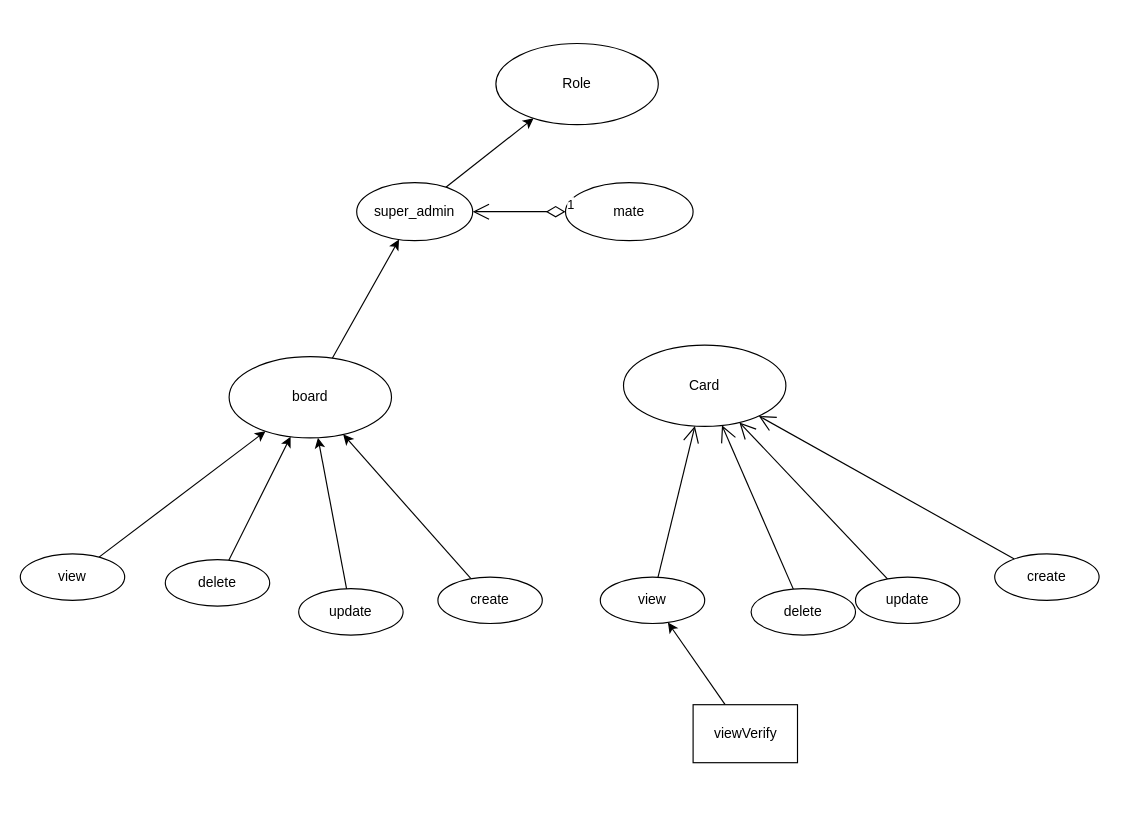
The draw.io diagram board.drawio in gearblade/bpmn-engine, before the edit. Source tidied: cells renumbered, new cells numbered last; positions are measured from the earlier drawing's top-left corner, leaving out a move shared by most shapes. Both pictures are drawn from the tidied source at 116%, with x=0, y=0 at pixel (20, 43).
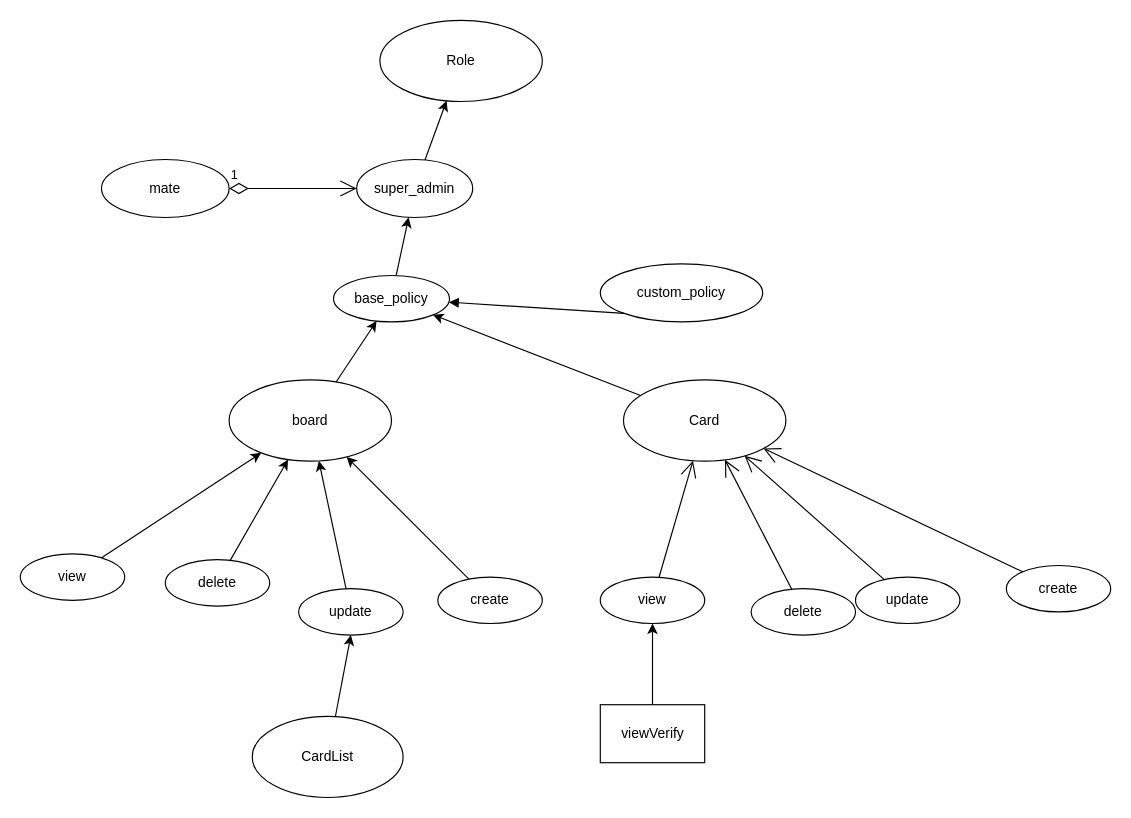
The same page after the edit.

Unchanged cells that the change refers to:
```xml
<mxCell id="18" value="update" style="ellipse;whiteSpace=wrap;html=1;" parent="1" vertex="1">
  <mxGeometry x="240" y="470" width="90" height="40" as="geometry" />
</mxCell>
```

Change to the diagram source:
```diff
@@
+    <mxCell id="28" style="edgeStyle=none;rounded=0;jettySize=auto;html=1;" parent="1" edge="1" source="2" target="30">
+      <mxGeometry relative="1" as="geometry" />
+    </mxCell>
     <mxCell id="2" value="Card" style="ellipse;whiteSpace=wrap;html=1;" parent="1" vertex="1">
-      <mxGeometry x="520" y="260" width="140" height="70" as="geometry" />
+      <mxGeometry x="520" y="290" width="140" height="70" as="geometry" />
     </mxCell>
-    <mxCell id="3" style="edgeStyle=none;rounded=0;jettySize=auto;html=1;" parent="1" edge="1" source="4" target="25">
+    <mxCell id="3" style="edgeStyle=none;rounded=0;jettySize=auto;html=1;" parent="1" edge="1" source="4" target="30">
       <mxGeometry relative="1" as="geometry" />
     </mxCell>
     <mxCell id="4" value="board" style="ellipse;whiteSpace=wrap;html=1;" parent="1" vertex="1">
-      <mxGeometry x="180" y="270" width="140" height="70" as="geometry" />
+      <mxGeometry x="180" y="290" width="140" height="70" as="geometry" />
     </mxCell>
     <mxCell id="5" value="create" style="ellipse;whiteSpace=wrap;html=1;" parent="1" vertex="1">
-      <mxGeometry x="840" y="440" width="90" height="40" as="geometry" />
+      <mxGeometry x="850" y="450" width="90" height="40" as="geometry" />
     </mxCell>
@@
     <mxCell id="14" value="viewVerify" style="html=1;" parent="1" vertex="1">
-      <mxGeometry x="580" y="570" width="90" height="50" as="geometry" />
+      <mxGeometry x="500" y="570" width="90" height="50" as="geometry" />
     </mxCell>
@@
     <mxCell id="23" value="Role" style="ellipse;whiteSpace=wrap;html=1;" parent="1" vertex="1">
-      <mxGeometry x="410" width="140" height="70" as="geometry" />
+      <mxGeometry x="310" y="-20" width="140" height="70" as="geometry" />
     </mxCell>
@@
     <mxCell id="25" value="super_admin" style="ellipse;whiteSpace=wrap;html=1;" parent="1" vertex="1">
-      <mxGeometry x="290" y="120" width="100" height="50" as="geometry" />
+      <mxGeometry x="290" y="100" width="100" height="50" as="geometry" />
     </mxCell>
     <mxCell id="26" value="mate" style="ellipse;whiteSpace=wrap;html=1;" parent="1" vertex="1">
-      <mxGeometry x="470" y="120" width="110" height="50" as="geometry" />
+      <mxGeometry x="70" y="100" width="110" height="50" as="geometry" />
     </mxCell>
-    <mxCell id="27" value="1" style="endArrow=open;html=1;endSize=12;startArrow=diamondThin;startSize=14;startFill=0;edgeStyle=orthogonalEdgeStyle;align=left;verticalAlign=bottom;" parent="1" edge="1" source="26" target="25">
+    <mxCell id="27" value="1" style="endArrow=open;html=1;endSize=12;startArrow=diamondThin;startSize=14;startFill=0;align=left;verticalAlign=bottom;" parent="1" edge="1" source="26" target="25">
       <mxGeometry x="-1" y="3" relative="1" as="geometry" />
     </mxCell>
+    <mxCell id="29" style="edgeStyle=none;rounded=0;jettySize=auto;html=1;" parent="1" edge="1" source="30" target="25">
+      <mxGeometry relative="1" as="geometry" />
+    </mxCell>
+    <mxCell id="30" value="base_policy" style="ellipse;whiteSpace=wrap;html=1;" parent="1" vertex="1">
+      <mxGeometry x="270" y="200" width="100" height="40" as="geometry" />
+    </mxCell>
+    <mxCell id="31" style="edgeStyle=none;rounded=0;orthogonalLoop=1;jettySize=auto;html=1;exitX=0.5;exitY=1;exitDx=0;exitDy=0;" parent="1" edge="1" source="26" target="26">
+      <mxGeometry relative="1" as="geometry" />
+    </mxCell>
+    <mxCell id="32" value="custom_policy" style="ellipse;whiteSpace=wrap;html=1;" parent="1" vertex="1">
+      <mxGeometry x="500" y="190" width="140" height="50" as="geometry" />
+    </mxCell>
+    <mxCell id="33" style="endArrow=block;endFill=1;html=1;align=left;verticalAlign=top;exitX=0;exitY=1;exitDx=0;exitDy=0;" parent="1" edge="1" source="32" target="30">
+      <mxGeometry x="-1" relative="1" as="geometry" />
+    </mxCell>
+    <mxCell id="34" style="edgeStyle=none;rounded=0;jettySize=auto;html=1;entryX=0.5;entryY=1;entryDx=0;entryDy=0;" parent="1" edge="1" source="35" target="18">
+      <mxGeometry relative="1" as="geometry" />
+    </mxCell>
+    <mxCell id="35" value="CardList" style="ellipse;whiteSpace=wrap;html=1;" parent="1" vertex="1">
+      <mxGeometry x="200" y="580" width="130" height="70" as="geometry" />
+    </mxCell>
```
